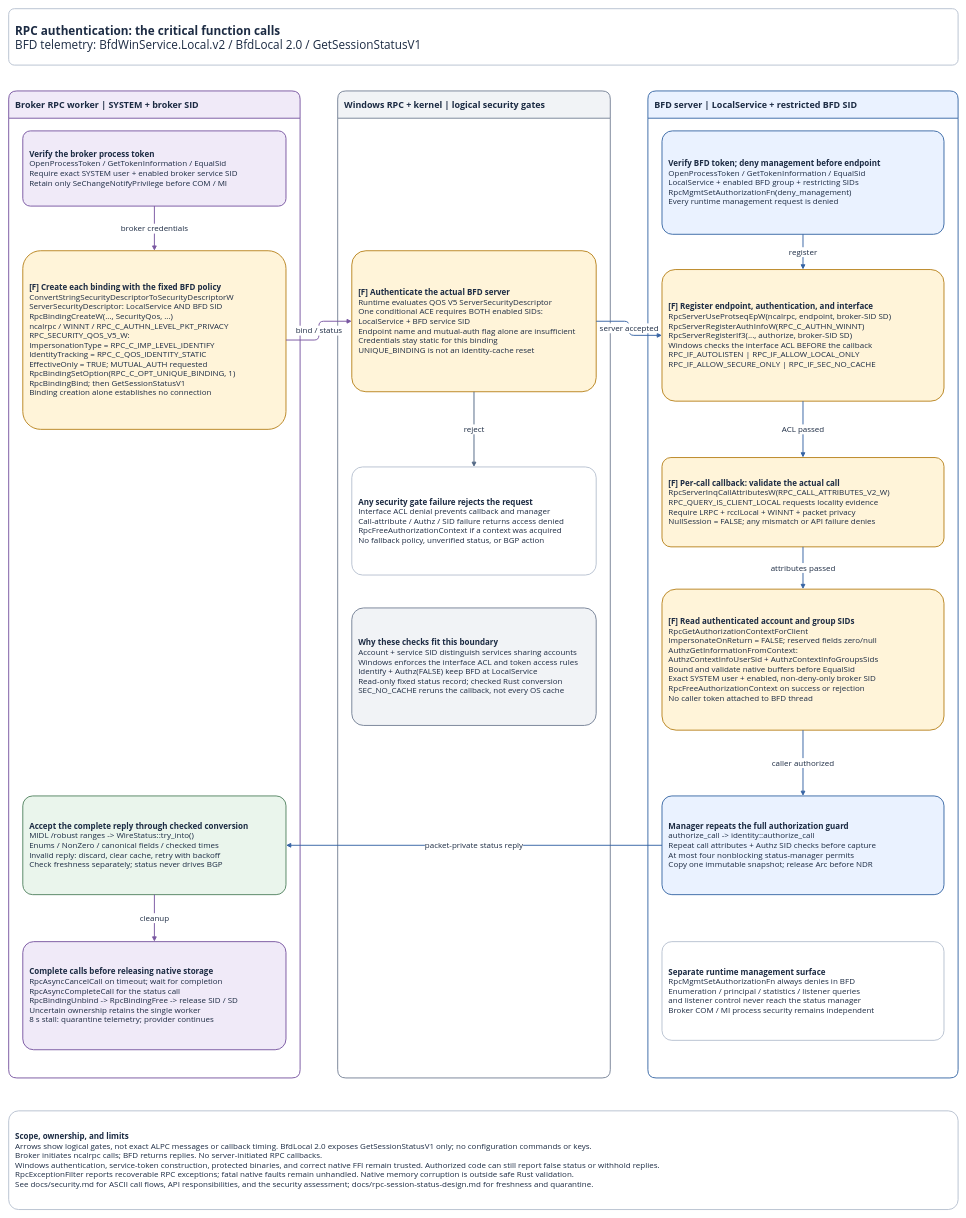
Before: page "3 RPC authentication" (3 of 3) of docs/service-communication.drawio in miketheitguy/bfd-winservice, a draw.io diagram. Source tidied: cells renumbered, new cells numbered last; positions are measured from the earlier drawing's top-left corner, leaving out a move shared by most shapes. Both pictures are drawn from the tidied source at 47%, with x=0, y=0 at pixel (8, 8).
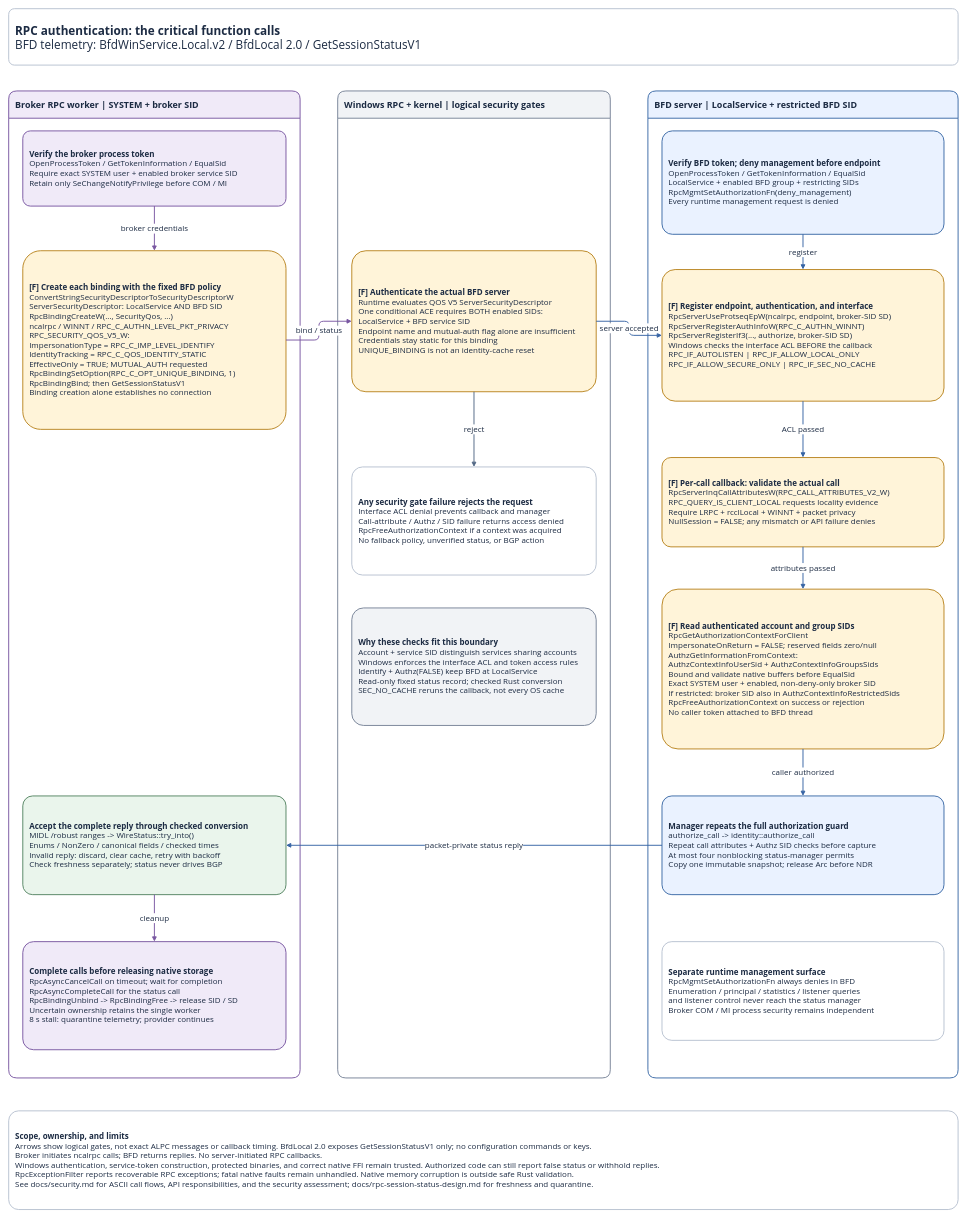
The same diagram, later.

The change refers to these unchanged cells:
```xml
<mxCell id="5" value="&lt;b&gt;BFD server | LocalService + restricted BFD SID&lt;/b&gt;" style="rounded=1;arcSize=10;whiteSpace=wrap;html=1;fillColor=#EAF2FF;strokeColor=#3A69A6;strokeWidth=2;fontFamily=Segoe UI;fontSize=19;fontColor=#1C2B43;spacing=14;align=left;verticalAlign=middle;shape=swimlane;startSize=58;horizontal=1;swimlaneLine=1;" parent="1" vertex="1">
  <mxGeometry x="1360" y="175" width="660" height="2100" as="geometry" />
</mxCell>
```

The edit, as a diff of the source:
```diff
@@
-    <mxCell id="12" value="&lt;b&gt;[F] Read authenticated account and group SIDs&lt;/b&gt;&lt;br&gt;RpcGetAuthorizationContextForClient&lt;br&gt;ImpersonateOnReturn = FALSE; reserved fields zero/null&lt;br&gt;AuthzGetInformationFromContext:&lt;br&gt;AuthzContextInfoUserSid + AuthzContextInfoGroupsSids&lt;br&gt;Bound and validate native buffers before EqualSid&lt;br&gt;Exact SYSTEM user + enabled, non-deny-only broker SID&lt;br&gt;RpcFreeAuthorizationContext on success or rejection&lt;br&gt;No caller token attached to BFD thread" style="rounded=1;arcSize=10;whiteSpace=wrap;html=1;fillColor=#FFF4D9;strokeColor=#B98521;strokeWidth=2;fontFamily=Segoe UI;fontSize=17;fontColor=#1C2B43;spacing=14;align=left;verticalAlign=middle;" parent="5" vertex="1">
-      <mxGeometry x="30" y="1060" width="600" height="300" as="geometry" />
+    <mxCell id="12" value="&lt;b&gt;[F] Read authenticated account and group SIDs&lt;/b&gt;&lt;br&gt;RpcGetAuthorizationContextForClient&lt;br&gt;ImpersonateOnReturn = FALSE; reserved fields zero/null&lt;br&gt;AuthzGetInformationFromContext:&lt;br&gt;AuthzContextInfoUserSid + AuthzContextInfoGroupsSids&lt;br&gt;Bound and validate native buffers before EqualSid&lt;br&gt;Exact SYSTEM user + enabled, non-deny-only broker SID&lt;br&gt;If restricted: broker SID also in AuthzContextInfoRestrictedSids&lt;br&gt;RpcFreeAuthorizationContext on success or rejection&lt;br&gt;No caller token attached to BFD thread" style="rounded=1;arcSize=10;whiteSpace=wrap;html=1;fillColor=#FFF4D9;strokeColor=#B98521;strokeWidth=2;fontFamily=Segoe UI;fontSize=17;fontColor=#1C2B43;spacing=14;align=left;verticalAlign=middle;" parent="5" vertex="1">
+      <mxGeometry x="30" y="1060" width="600" height="340" as="geometry" />
     </mxCell>
```
